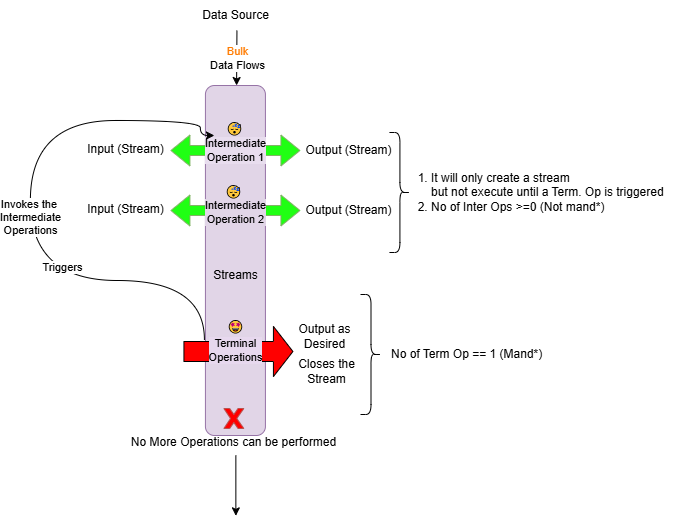
Alpha-Pk/My-Drawings keeps this draw.io diagram as Stream_Intro.drawio.png. Above is the earlier version. Source tidied: cells renumbered, new cells last; positions are measured from the earlier drawing's top-left corner, leaving out a move shared by most shapes.
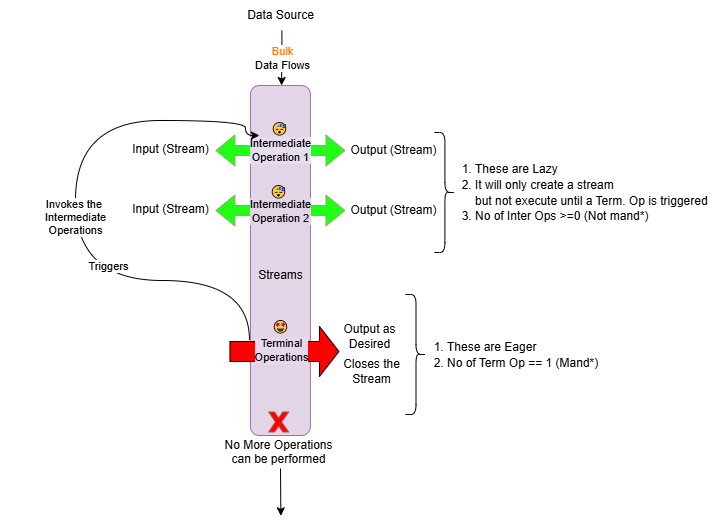
The same file after the commit.

What changed in the source:
```diff
@@ -1,7 +1,10 @@
-<mxGraphModel>
+<mxGraphModel background="#FFFFFF">
   <root>
     <mxCell id="0" />
     <mxCell id="1" parent="0" />
+    <mxCell id="28" style="rounded=1;whiteSpace=wrap;html=1;strokeColor=none;" parent="1" vertex="1">
+      <mxGeometry x="-75.1" y="224" width="120" height="60" as="geometry" />
+    </mxCell>
     <mxCell id="2" style="rounded=1;whiteSpace=wrap;html=1;rotation=-90;fillColor=#e1d5e7;strokeColor=#9673a6;" parent="1" vertex="1">
       <mxGeometry x="29.9" y="230" width="350" height="60" as="geometry" />
     </mxCell>
@@ -36,8 +39,8 @@
     </mxCell>
     <mxCell id="10" value="Terminal&lt;br&gt;Operations" style="shape=flexArrow;endArrow=classic;html=1;rounded=0;endWidth=29.166666666666668;endSize=6.166666666666667;width=20;labelBackgroundColor=#e7d8ee;fillColor=#ff0000;" parent="1" edge="1">
       <mxGeometry x="-0.05" y="1" relative="1" as="geometry">
-        <mxPoint x="152.9" y="351" as="sourcePoint" />
-        <mxPoint x="262.9" y="351" as="targetPoint" />
+        <mxPoint x="153.9" y="351" as="sourcePoint" />
+        <mxPoint x="263.9" y="351" as="targetPoint" />
       </mxGeometry>
     </mxCell>
     <mxCell id="11" value="Input (Stream)" style="text;html=1;align=center;verticalAlign=middle;strokeColor=none;fillColor=none;" parent="1" vertex="1">
@@ -80,13 +83,13 @@
     </mxCell>
     <mxCell id="21" style="endArrow=classic;html=1;rounded=0;" parent="1" edge="1">
       <mxGeometry relative="1" as="geometry">
-        <mxPoint x="205.4" y="455" as="sourcePoint" />
+        <mxPoint x="205" y="468" as="sourcePoint" />
         <mxPoint x="205.4" y="515.3" as="targetPoint" />
       </mxGeometry>
     </mxCell>
-    <mxCell id="22" value="No More Operations can be performed" style="shape=mxgraph.basic.x;html=1;verticalLabelPosition=bottom;verticalAlign=top;fillColor=#FF0000;strokeColor=#b85450;" parent="21" vertex="1">
+    <mxCell id="22" value="No More Operations&lt;br&gt;can be performed" style="shape=mxgraph.basic.x;html=1;verticalLabelPosition=bottom;verticalAlign=top;fillColor=#FF0000;strokeColor=#b85450;" parent="21" vertex="1">
       <mxGeometry width="20" height="20" relative="1" as="geometry">
-        <mxPoint x="-12" y="-77" as="offset" />
+        <mxPoint x="-12" y="-80" as="offset" />
       </mxGeometry>
     </mxCell>
     <mxCell id="23" value="🤩" style="text;html=1;align=center;verticalAlign=middle;strokeColor=none;fillColor=none;" parent="1" vertex="1">
@@ -95,14 +98,14 @@
     <mxCell id="24" style="shape=curlyBracket;whiteSpace=wrap;html=1;rounded=1;flipH=1;labelPosition=right;verticalLabelPosition=middle;align=left;verticalAlign=middle;" parent="1" vertex="1">
       <mxGeometry x="358.9" y="132" width="21" height="120" as="geometry" />
     </mxCell>
-    <mxCell id="25" value="&lt;ol&gt;&lt;li&gt;It will only create a stream&lt;br&gt;but not execute until a Term. Op is triggered&lt;/li&gt;&lt;li&gt;No of Inter Ops &amp;gt;=0 (Not mand*)&lt;/li&gt;&lt;/ol&gt;" style="text;html=1;align=left;verticalAlign=middle;strokeColor=none;fillColor=none;" parent="1" vertex="1">
-      <mxGeometry x="358.9" y="152" width="300" height="80" as="geometry" />
+    <mxCell id="25" value="&lt;ol style=&quot;line-height: 130%;&quot;&gt;&lt;li&gt;These are Lazy&lt;/li&gt;&lt;li&gt;It will only create a stream&lt;br&gt;but not execute until a Term. Op is triggered&lt;/li&gt;&lt;li&gt;No of Inter Ops &amp;gt;=0 (Not mand*)&lt;/li&gt;&lt;/ol&gt;" style="text;html=1;align=left;verticalAlign=middle;strokeColor=none;fillColor=none;" parent="1" vertex="1">
+      <mxGeometry x="357.9" y="144" width="291" height="98" as="geometry" />
     </mxCell>
     <mxCell id="26" style="shape=curlyBracket;whiteSpace=wrap;html=1;rounded=1;flipH=1;labelPosition=right;verticalLabelPosition=middle;align=left;verticalAlign=middle;" parent="1" vertex="1">
       <mxGeometry x="330" y="294" width="21" height="120" as="geometry" />
     </mxCell>
-    <mxCell id="27" value="&lt;span style=&quot;background-color: initial;&quot;&gt;No of Term Op == 1 (Mand*)&lt;/span&gt;" style="text;html=1;align=left;verticalAlign=middle;strokeColor=none;fillColor=none;" parent="1" vertex="1">
-      <mxGeometry x="358.9" y="339" width="170" height="30" as="geometry" />
+    <mxCell id="27" value="&lt;div&gt;&lt;ol style=&quot;line-height: 130%;&quot;&gt;&lt;li&gt;&lt;span style=&quot;background-color: initial;&quot;&gt;These are Eager&lt;/span&gt;&lt;/li&gt;&lt;li&gt;&lt;span style=&quot;background-color: initial;&quot;&gt;No of Term Op == 1 (Mand*)&lt;/span&gt;&lt;/li&gt;&lt;/ol&gt;&lt;/div&gt;" style="text;html=1;align=left;verticalAlign=middle;strokeColor=none;fillColor=none;" parent="1" vertex="1">
+      <mxGeometry x="330" y="321.5" width="209" height="67" as="geometry" />
     </mxCell>
   </root>
 </mxGraphModel>
```
